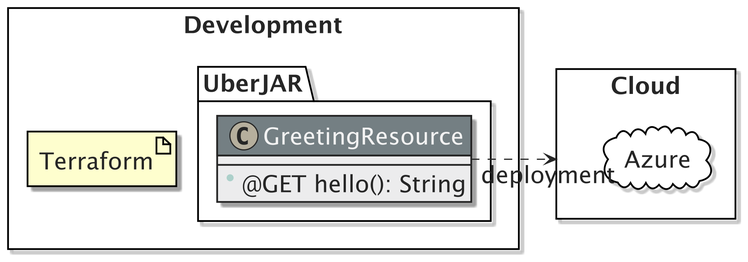
Above: 2021-07-NubesGen-Terraform/src/docs/asciidoc/images/2021-07-architecture.png in agoncal/agoncal-articles (PlantUML), before the change.
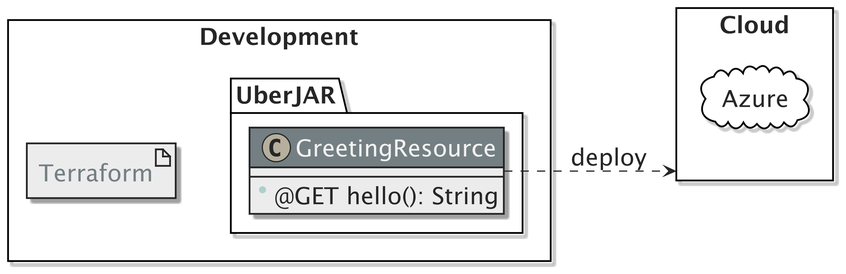
After the commit.

What changed in the source:
```diff
@@ -1,5 +1,7 @@
 @startuml
 !include style.iuml
+allow_mixing
+left to right direction
 
 rectangle Cloud {
   cloud Azure {
@@ -15,6 +17,7 @@
   artifact Terraform
 }
 
-GreetingResource .> "deployment" Cloud
+Terraform -[hidden]-> GreetingResource
+GreetingResource ..> Cloud : deploy
 
 @enduml
```
